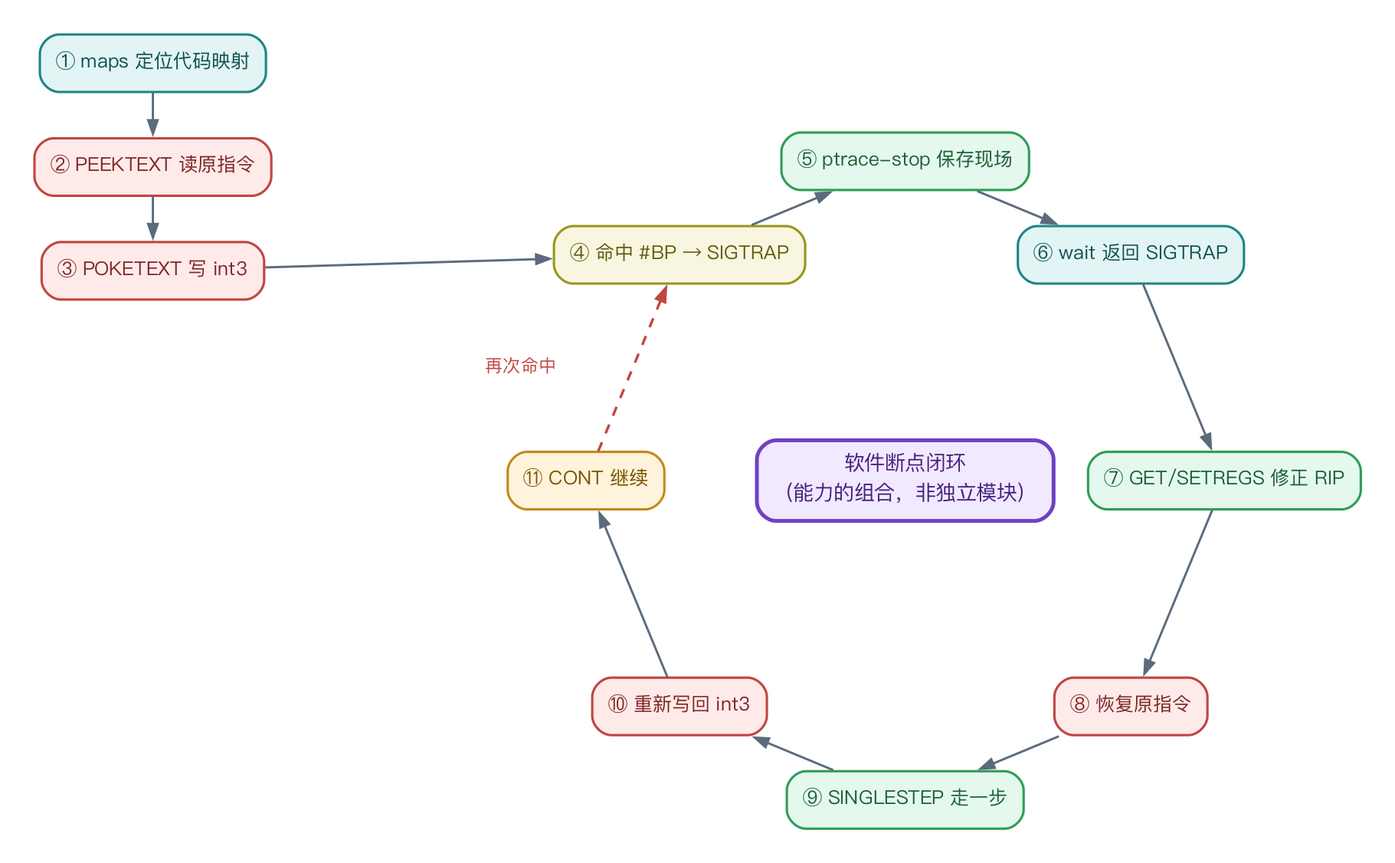
Earlier version of the Graphviz export research_practice/assets/09_breakpoint_loop.png (vvvvsv/asterinas). Its source is kept beside it as research_practice/assets/09_breakpoint_loop.dot. The source it was exported from:
```dot
digraph G {
  graph [fontname="PingFang SC", bgcolor="white", pad="0.3", splines=true];
  node [fontname="PingFang SC", shape=box, style="rounded,filled", penwidth=1.5, margin="0.14,0.09", fontsize=12];
  edge [fontname="PingFang SC", color="#5b6b7d", penwidth=1.4, arrowsize=0.85, fontsize=11];
  b1 [label="① maps 定位代码映射", fillcolor="#E3F4F4", color="#1F8585", fontcolor="#0f5151", pos="-41.4,561.4"];
  b2 [label="② PEEKTEXT 读原指令", fillcolor="#FFEAEA", color="#C0463F", fontcolor="#7d2723", pos="-41.4,496.4"];
  b3 [label="③ POKETEXT 写 int3", fillcolor="#FFEAEA", color="#C0463F", fontcolor="#7d2723", pos="-41.4,431.4"];
  b4 [label="④ 命中 #BP → SIGTRAP", fillcolor="#F8F6E0", color="#9A9620", fontcolor="#5f5c10", pos="288.6,441.4"];
  b5 [label="⑤ ptrace-stop 保存现场", fillcolor="#E5F8EE", color="#2F9D57", fontcolor="#1c6035", pos="430.0,500.0"];
  b6 [label="⑥ wait 返回 SIGTRAP", fillcolor="#E3F4F4", color="#1F8585", fontcolor="#0f5151", pos="571.4,441.4"];
  b7 [label="⑦ GET/SETREGS 修正 RIP", fillcolor="#E5F8EE", color="#2F9D57", fontcolor="#1c6035", pos="630.0,300.0"];
  b8 [label="⑧ 恢复原指令", fillcolor="#FFEAEA", color="#C0463F", fontcolor="#7d2723", pos="571.4,158.6"];
  b9 [label="⑨ SINGLESTEP 走一步", fillcolor="#E5F8EE", color="#2F9D57", fontcolor="#1c6035", pos="430.0,100.0"];
  b10 [label="⑩ 重新写回 int3", fillcolor="#FFEAEA", color="#C0463F", fontcolor="#7d2723", pos="288.6,158.6"];
  b11 [label="⑪ CONT 继续", fillcolor="#FFF3DC", color="#C8881A", fontcolor="#7a5200", pos="230.0,300.0"];
  hub [label="软件断点闭环\n（能力的组合，非独立模块）", fillcolor="#F1E9FF", color="#6F42C1", fontcolor="#48227f", pos="430.0,300.0", penwidth="2.4", fontsize="13"];
  b1 -> b2;
  b2 -> b3;
  b3 -> b4;
  b4 -> b5;
  b5 -> b6;
  b6 -> b7;
  b7 -> b8;
  b8 -> b9;
  b9 -> b10;
  b10 -> b11;
  b11 -> b4 [color="#C0463F", style="dashed", penwidth="1.6"];
  fb [shape=box, style="filled", fillcolor="white", color="white", penwidth=0, margin="0.03,0.01", fontsize=11, fontcolor="#C0463F", pos="189.3,370.7", label="再次命中"];
}
```
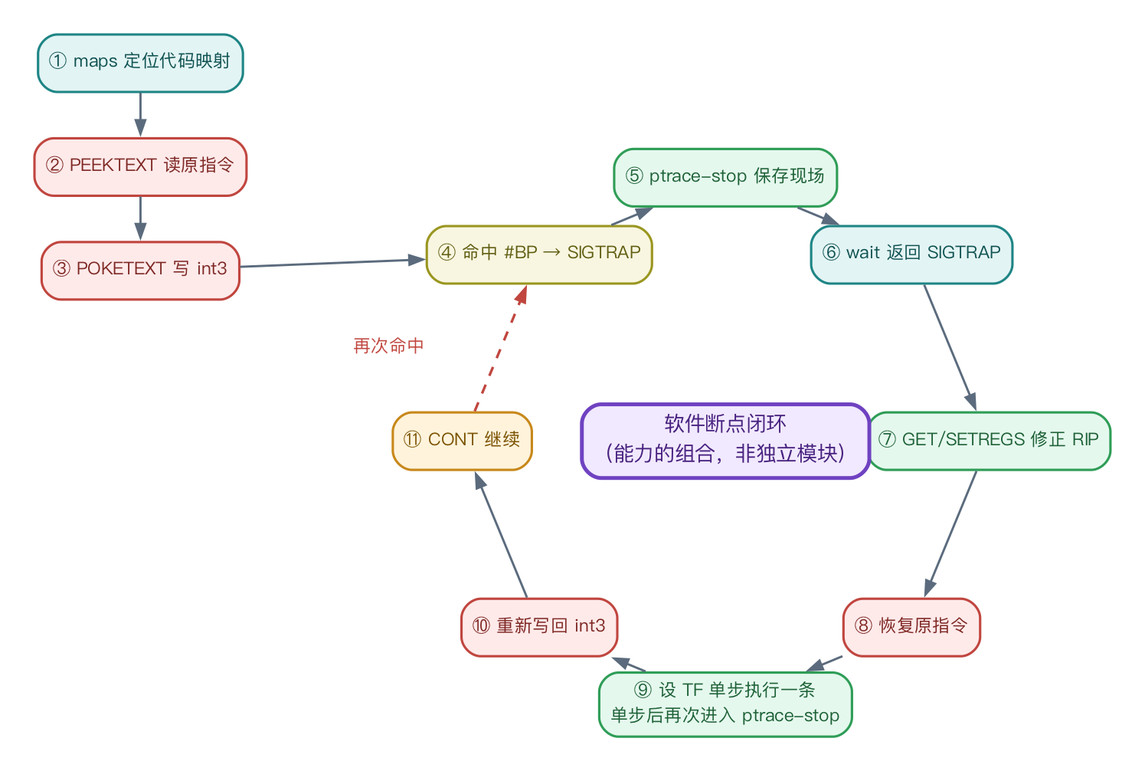
Above is the later version.

Diff of the diagram source:
```diff
@@ -1,18 +1,18 @@
 digraph G {
   graph [fontname="PingFang SC", bgcolor="white", pad="0.3", splines=true];
-  node [fontname="PingFang SC", shape=box, style="rounded,filled", penwidth=1.5, margin="0.14,0.09", fontsize=12];
+  node [fontname="PingFang SC", shape=box, style="rounded,filled", penwidth=1.5, margin="0.1,0.06", fontsize=11];
   edge [fontname="PingFang SC", color="#5b6b7d", penwidth=1.4, arrowsize=0.85, fontsize=11];
-  b1 [label="① maps 定位代码映射", fillcolor="#E3F4F4", color="#1F8585", fontcolor="#0f5151", pos="-41.4,561.4"];
-  b2 [label="② PEEKTEXT 读原指令", fillcolor="#FFEAEA", color="#C0463F", fontcolor="#7d2723", pos="-41.4,496.4"];
-  b3 [label="③ POKETEXT 写 int3", fillcolor="#FFEAEA", color="#C0463F", fontcolor="#7d2723", pos="-41.4,431.4"];
-  b4 [label="④ 命中 #BP → SIGTRAP", fillcolor="#F8F6E0", color="#9A9620", fontcolor="#5f5c10", pos="288.6,441.4"];
-  b5 [label="⑤ ptrace-stop 保存现场", fillcolor="#E5F8EE", color="#2F9D57", fontcolor="#1c6035", pos="430.0,500.0"];
-  b6 [label="⑥ wait 返回 SIGTRAP", fillcolor="#E3F4F4", color="#1F8585", fontcolor="#0f5151", pos="571.4,441.4"];
-  b7 [label="⑦ GET/SETREGS 修正 RIP", fillcolor="#E5F8EE", color="#2F9D57", fontcolor="#1c6035", pos="630.0,300.0"];
-  b8 [label="⑧ 恢复原指令", fillcolor="#FFEAEA", color="#C0463F", fontcolor="#7d2723", pos="571.4,158.6"];
-  b9 [label="⑨ SINGLESTEP 走一步", fillcolor="#E5F8EE", color="#2F9D57", fontcolor="#1c6035", pos="430.0,100.0"];
-  b10 [label="⑩ 重新写回 int3", fillcolor="#FFEAEA", color="#C0463F", fontcolor="#7d2723", pos="288.6,158.6"];
-  b11 [label="⑪ CONT 继续", fillcolor="#FFF3DC", color="#C8881A", fontcolor="#7a5200", pos="230.0,300.0"];
+  b1 [label="① maps 定位代码映射", fillcolor="#E3F4F4", color="#1F8585", fontcolor="#0f5151", pos="63.3,536.7"];
+  b2 [label="② PEEKTEXT 读原指令", fillcolor="#FFEAEA", color="#C0463F", fontcolor="#7d2723", pos="63.3,471.7"];
+  b3 [label="③ POKETEXT 写 int3", fillcolor="#FFEAEA", color="#C0463F", fontcolor="#7d2723", pos="63.3,406.7"];
+  b4 [label="④ 命中 #BP → SIGTRAP", fillcolor="#F8F6E0", color="#9A9620", fontcolor="#5f5c10", pos="313.3,416.7"];
+  b5 [label="⑤ ptrace-stop 保存现场", fillcolor="#E5F8EE", color="#2F9D57", fontcolor="#1c6035", pos="430.0,465.0"];
+  b6 [label="⑥ wait 返回 SIGTRAP", fillcolor="#E3F4F4", color="#1F8585", fontcolor="#0f5151", pos="546.7,416.7"];
+  b7 [label="⑦ GET/SETREGS 修正 RIP", fillcolor="#E5F8EE", color="#2F9D57", fontcolor="#1c6035", pos="595.0,300.0"];
+  b8 [label="⑧ 恢复原指令", fillcolor="#FFEAEA", color="#C0463F", fontcolor="#7d2723", pos="546.7,183.3"];
+  b9 [label="⑨ 设 TF 单步执行一条\n单步后再次进入 ptrace-stop", fillcolor="#E5F8EE", color="#2F9D57", fontcolor="#1c6035", pos="430.0,135.0"];
+  b10 [label="⑩ 重新写回 int3", fillcolor="#FFEAEA", color="#C0463F", fontcolor="#7d2723", pos="313.3,183.3"];
+  b11 [label="⑪ CONT 继续", fillcolor="#FFF3DC", color="#C8881A", fontcolor="#7a5200", pos="265.0,300.0"];
   hub [label="软件断点闭环\n（能力的组合，非独立模块）", fillcolor="#F1E9FF", color="#6F42C1", fontcolor="#48227f", pos="430.0,300.0", penwidth="2.4", fontsize="13"];
   b1 -> b2;
   b2 -> b3;
@@ -25,5 +25,5 @@
   b9 -> b10;
   b10 -> b11;
   b11 -> b4 [color="#C0463F", style="dashed", penwidth="1.6"];
-  fb [shape=box, style="filled", fillcolor="white", color="white", penwidth=0, margin="0.03,0.01", fontsize=11, fontcolor="#C0463F", pos="189.3,370.7", label="再次命中"];
+  fb [shape=box, style="filled", fillcolor="white", color="white", penwidth=0, margin="0.03,0.01", fontsize=11, fontcolor="#C0463F", pos="219.2,358.3", label="再次命中"];
 }
```
